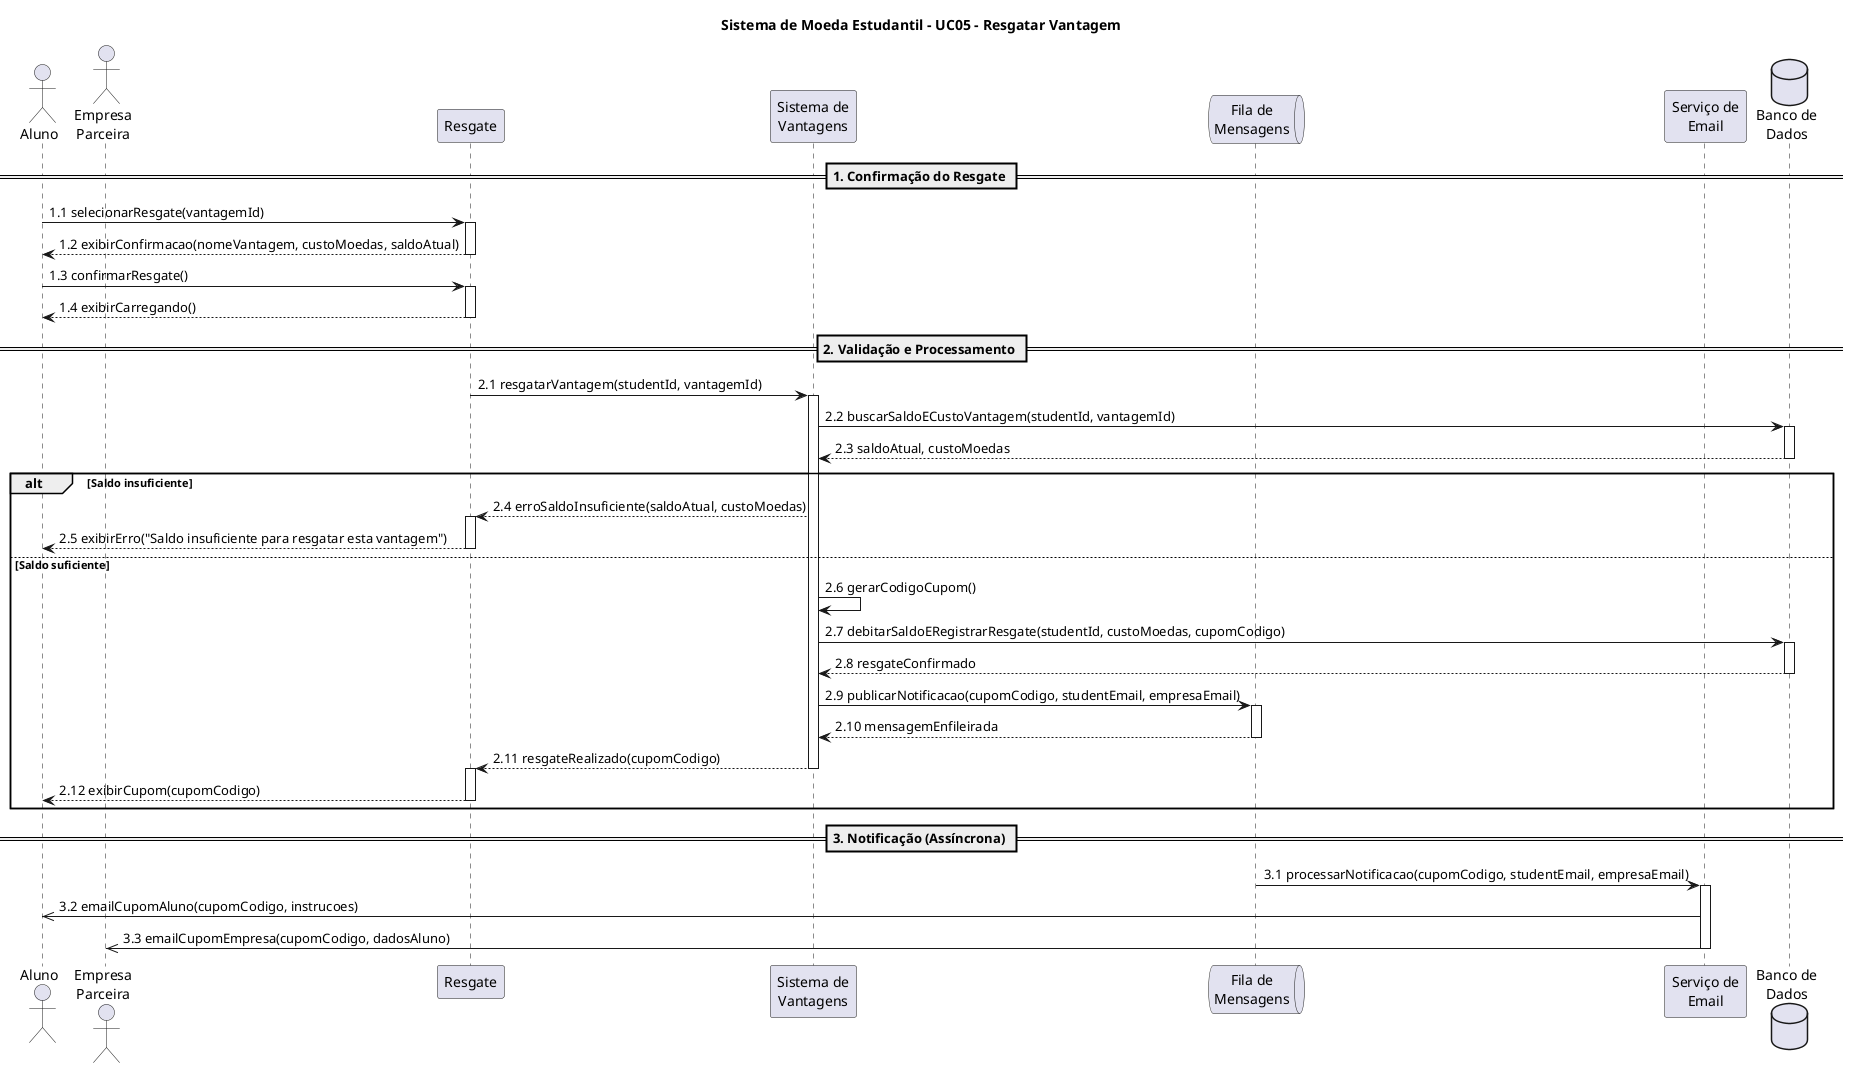
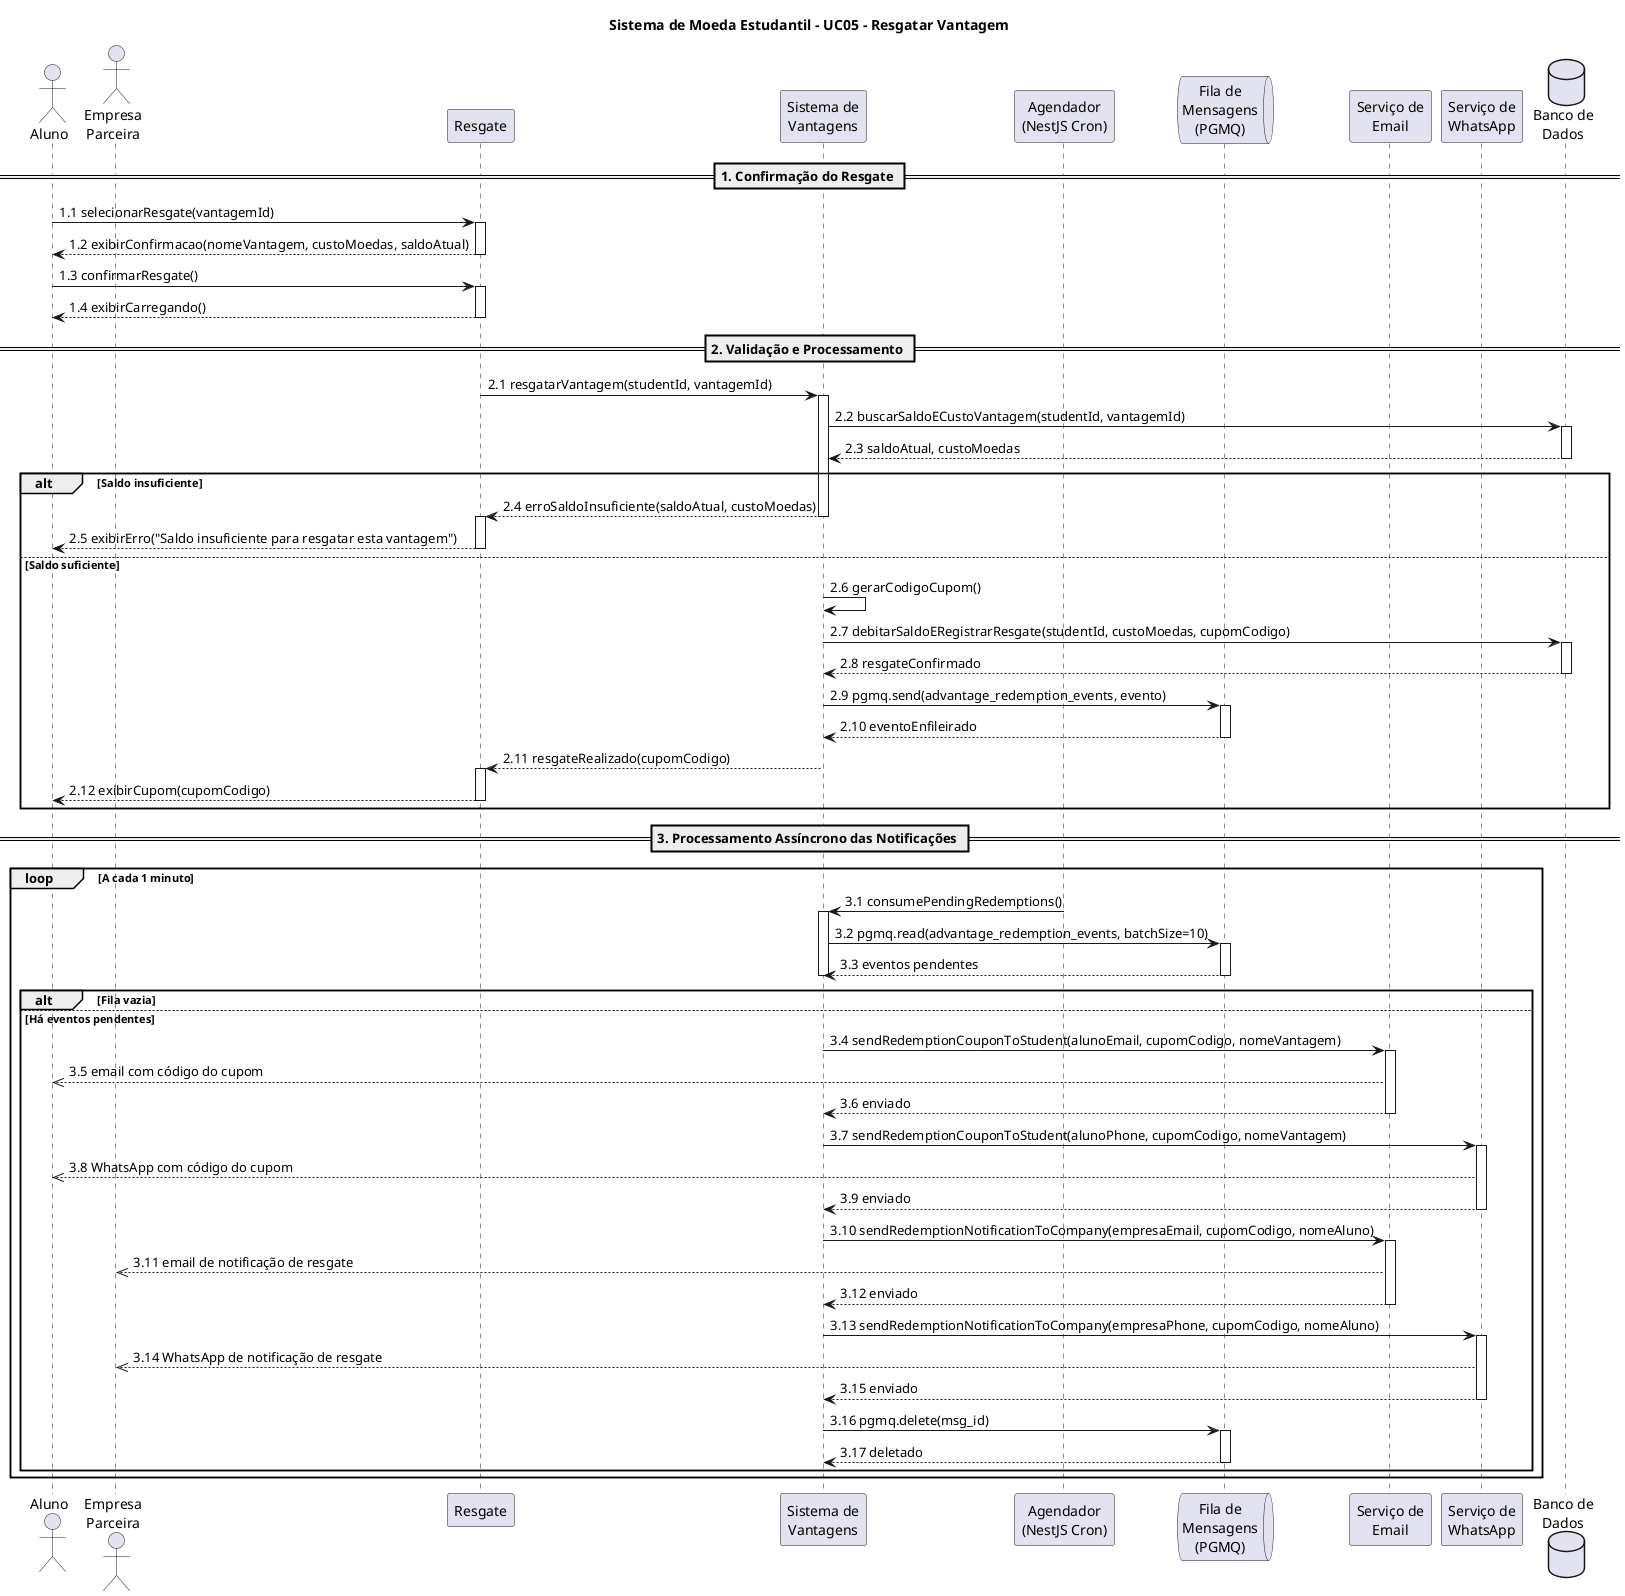
@startuml UC05-ResgatarVantagem
title Sistema de Moeda Estudantil - UC05 - Resgatar Vantagem

actor "Aluno" as A
actor "Empresa\nParceira" as E
participant "Resgate" as PR
participant "Sistema de\nVantagens" as SV
- queue "Fila de\nMensagens" as FM
+ participant "Agendador\n(NestJS Cron)" as CRON
+ queue "Fila de\nMensagens\n(PGMQ)" as FM
participant "Serviço de\nEmail" as SE
+ participant "Serviço de\nWhatsApp" as WA
database "Banco de\nDados" as BD

== 1. Confirmação do Resgate ==

A -> PR: 1.1 selecionarResgate(vantagemId)
activate PR
PR --> A: 1.2 exibirConfirmacao(nomeVantagem, custoMoedas, saldoAtual)
deactivate PR

A -> PR: 1.3 confirmarResgate()
activate PR
PR --> A: 1.4 exibirCarregando()
deactivate PR

== 2. Validação e Processamento ==

PR -> SV: 2.1 resgatarVantagem(studentId, vantagemId)
activate SV
SV -> BD: 2.2 buscarSaldoECustoVantagem(studentId, vantagemId)
activate BD
BD --> SV: 2.3 saldoAtual, custoMoedas
deactivate BD

alt Saldo insuficiente
    SV --> PR: 2.4 erroSaldoInsuficiente(saldoAtual, custoMoedas)
+     deactivate SV
    activate PR
    PR --> A: 2.5 exibirErro("Saldo insuficiente para resgatar esta vantagem")
    deactivate PR

else Saldo suficiente
    SV -> SV: 2.6 gerarCodigoCupom()
    SV -> BD: 2.7 debitarSaldoERegistrarResgate(studentId, custoMoedas, cupomCodigo)
    activate BD
    BD --> SV: 2.8 resgateConfirmado
    deactivate BD
-     SV -> FM: 2.9 publicarNotificacao(cupomCodigo, studentEmail, empresaEmail)
+     SV -> FM: 2.9 pgmq.send(advantage_redemption_events, evento)
    activate FM
-     FM --> SV: 2.10 mensagemEnfileirada
+     FM --> SV: 2.10 eventoEnfileirado
    deactivate FM
    SV --> PR: 2.11 resgateRealizado(cupomCodigo)
    deactivate SV
    activate PR
    PR --> A: 2.12 exibirCupom(cupomCodigo)
    deactivate PR
end

+ == 3. Processamento Assíncrono das Notificações ==

- == 3. Notificação (Assíncrona) ==
- 
- FM -> SE: 3.1 processarNotificacao(cupomCodigo, studentEmail, empresaEmail)
- activate SE
- SE ->> A: 3.2 emailCupomAluno(cupomCodigo, instrucoes)
- SE ->> E: 3.3 emailCupomEmpresa(cupomCodigo, dadosAluno)
- deactivate SE
+ loop A cada 1 minuto
+     CRON -> SV: 3.1 consumePendingRedemptions()
+     activate SV
+     SV -> FM: 3.2 pgmq.read(advantage_redemption_events, batchSize=10)
+     activate FM
+     FM --> SV: 3.3 eventos pendentes
+     deactivate FM
+     alt Fila vazia
+         deactivate SV
+     else Há eventos pendentes
+         SV -> SE: 3.4 sendRedemptionCouponToStudent(alunoEmail, cupomCodigo, nomeVantagem)
+         activate SE
+         SE -->> A: 3.5 email com código do cupom
+         SE --> SV: 3.6 enviado
+         deactivate SE
+         SV -> WA: 3.7 sendRedemptionCouponToStudent(alunoPhone, cupomCodigo, nomeVantagem)
+         activate WA
+         WA -->> A: 3.8 WhatsApp com código do cupom
+         WA --> SV: 3.9 enviado
+         deactivate WA
+         SV -> SE: 3.10 sendRedemptionNotificationToCompany(empresaEmail, cupomCodigo, nomeAluno)
+         activate SE
+         SE -->> E: 3.11 email de notificação de resgate
+         SE --> SV: 3.12 enviado
+         deactivate SE
+         SV -> WA: 3.13 sendRedemptionNotificationToCompany(empresaPhone, cupomCodigo, nomeAluno)
+         activate WA
+         WA -->> E: 3.14 WhatsApp de notificação de resgate
+         WA --> SV: 3.15 enviado
+         deactivate WA
+         SV -> FM: 3.16 pgmq.delete(msg_id)
+         activate FM
+         FM --> SV: 3.17 deletado
+         deactivate FM
+         deactivate SV
+     end
+ end

@enduml
